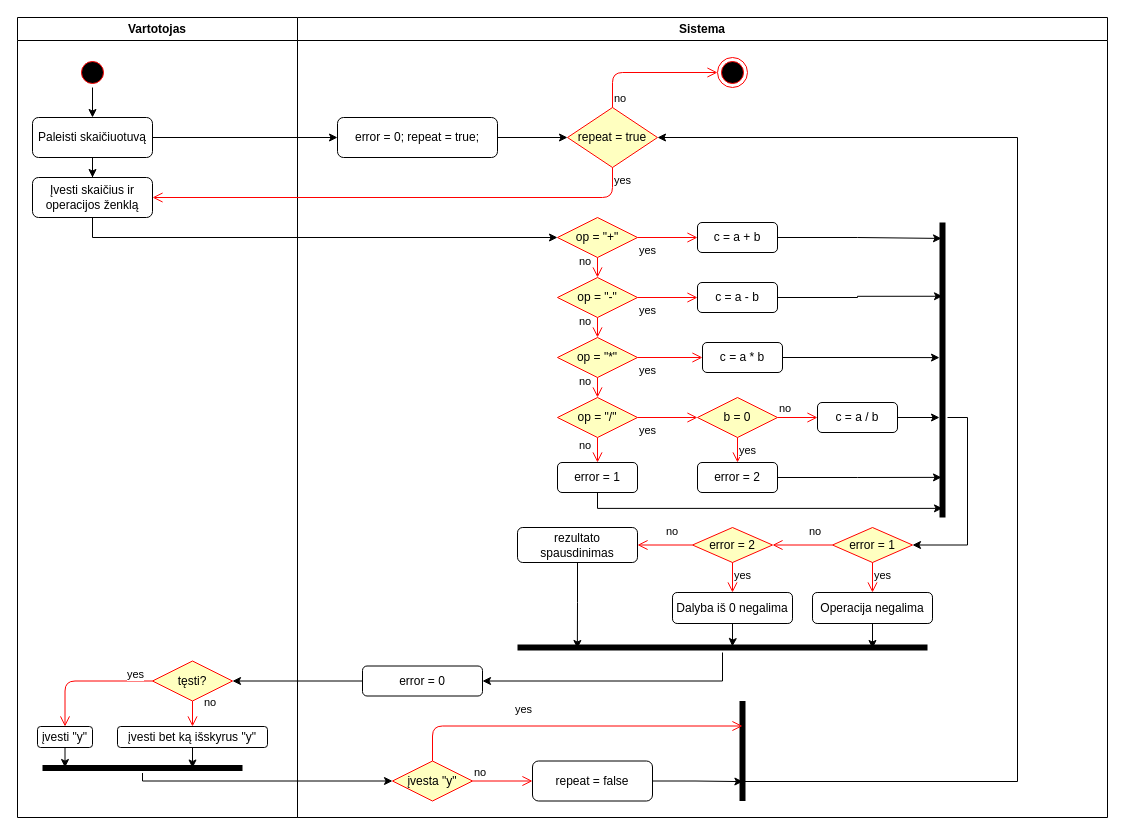
Before: Calculator UML.drawio in dariussirvidas/calculator, a draw.io diagram. Source tidied: cells renumbered, new cells numbered last; positions are measured from the earlier drawing's top-left corner, leaving out a move shared by most shapes. Both pictures are drawn from the tidied source at 100%, with x=0, y=0 at pixel (17, 17).
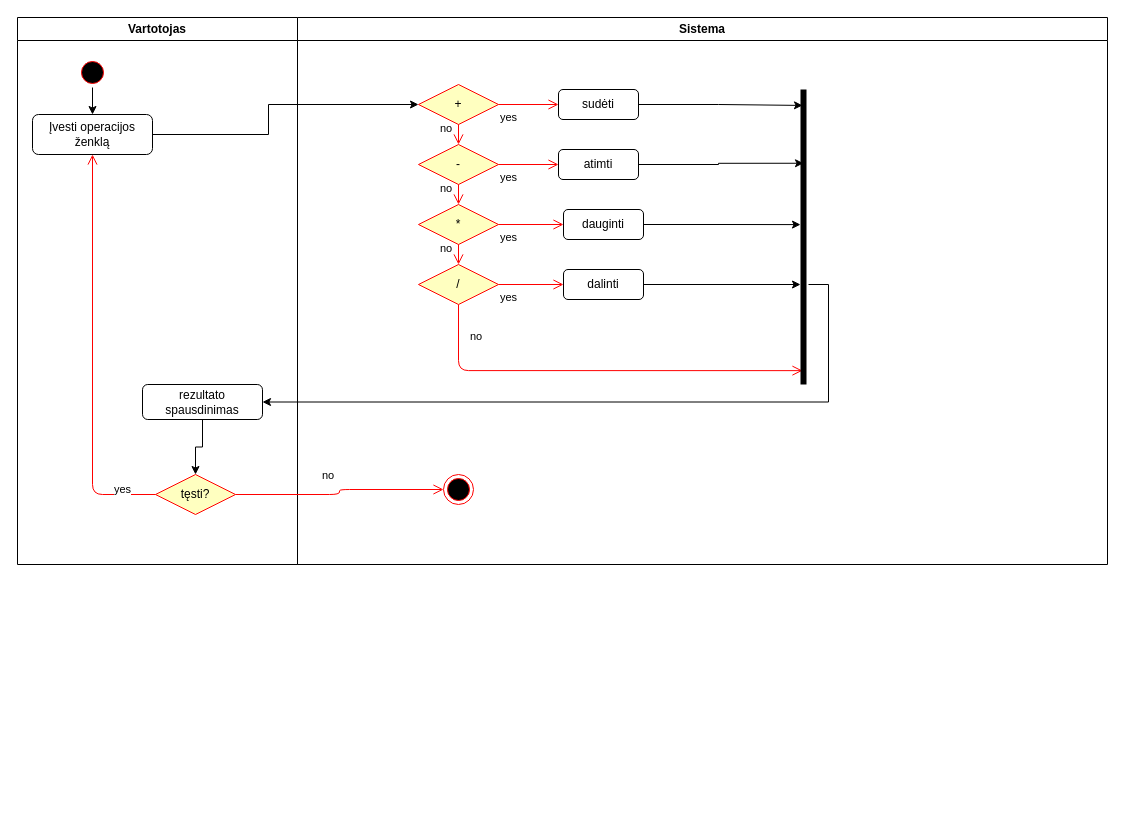
Above is the later version.

Unchanged cells that the change refers to:
```xml
<mxCell id="4" style="ellipse;shape=startState;fillColor=#000000;strokeColor=#ff0000;" parent="2" vertex="1">
  <mxGeometry x="60" y="40" width="30" height="30" as="geometry" />
</mxCell>
```

The edit, as a diff of the source:
```diff
@@
     <mxCell id="2" value="Vartotojas" style="swimlane;whiteSpace=wrap;" parent="1" vertex="1">
-      <mxGeometry width="280" height="800" as="geometry" />
+      <mxGeometry width="280" height="547" as="geometry" />
     </mxCell>
-    <mxCell id="3" style="edgeStyle=orthogonalEdgeStyle;rounded=0;jettySize=auto;html=1;" parent="2" edge="1" source="6" target="5">
+    <mxCell id="3" style="edgeStyle=orthogonalEdgeStyle;rounded=0;jettySize=auto;html=1;" parent="2" edge="1" source="4" target="5">
       <mxGeometry relative="1" as="geometry" />
     </mxCell>
@@
-    <mxCell id="5" value="Įvesti skaičius ir operacijos ženklą" style="rounded=1;whiteSpace=wrap;html=1;" parent="2" vertex="1">
-      <mxGeometry x="15" y="160" width="120" height="40" as="geometry" />
+    <mxCell id="5" value="Įvesti operacijos ženklą" style="rounded=1;whiteSpace=wrap;html=1;" parent="2" vertex="1">
+      <mxGeometry x="15" y="97" width="120" height="40" as="geometry" />
     </mxCell>
-    <mxCell id="6" value="Paleisti skaičiuotuvą" style="rounded=1;whiteSpace=wrap;html=1;" parent="2" vertex="1">
-      <mxGeometry x="15" y="100" width="120" height="40" as="geometry" />
-    </mxCell>
-    <mxCell id="7" style="edgeStyle=orthogonalEdgeStyle;rounded=0;jettySize=auto;html=1;" parent="2" edge="1" source="4" target="6">
-      <mxGeometry relative="1" as="geometry" />
-    </mxCell>
     <mxCell id="8" value="tęsti?" style="rhombus;whiteSpace=wrap;html=1;fillColor=#ffffc0;strokeColor=#ff0000;" parent="2" vertex="1">
-      <mxGeometry x="135" y="643.5" width="80" height="40" as="geometry" />
+      <mxGeometry x="138" y="457" width="80" height="40" as="geometry" />
     </mxCell>
-    <mxCell id="9" value="no" style="edgeStyle=orthogonalEdgeStyle;html=1;align=left;verticalAlign=bottom;endArrow=open;endSize=8;strokeColor=#ff0000;exitX=0.5;exitY=1;exitDx=0;exitDy=0;entryX=0.5;entryY=0;entryDx=0;entryDy=0;" parent="2" edge="1" source="8" target="14">
-      <mxGeometry x="-0.2" y="10" relative="1" as="geometry" />
-    </mxCell>
-    <mxCell id="10" value="yes" style="edgeStyle=orthogonalEdgeStyle;html=1;align=left;verticalAlign=top;endArrow=open;endSize=8;strokeColor=#ff0000;entryX=0.5;entryY=0;entryDx=0;entryDy=0;" parent="2" edge="1" source="8" target="12">
+    <mxCell id="10" value="yes" style="edgeStyle=orthogonalEdgeStyle;html=1;align=left;verticalAlign=top;endArrow=open;endSize=8;strokeColor=#ff0000;entryX=0.5;entryY=1;entryDx=0;entryDy=0;" parent="2" edge="1" source="8" target="5">
       <mxGeometry x="-0.6" y="-20" relative="1" as="geometry" />
     </mxCell>
-    <mxCell id="11" style="edgeStyle=orthogonalEdgeStyle;rounded=0;jettySize=auto;html=1;entryX=0.115;entryY=0.45;entryDx=0;entryDy=0;entryPerimeter=0;strokeColor=#000000;" parent="2" edge="1" source="12" target="15">
-      <mxGeometry relative="1" as="geometry" />
-    </mxCell>
-    <mxCell id="12" value="įvesti &quot;y&quot;" style="rounded=1;whiteSpace=wrap;html=1;strokeColor=#000000;" parent="2" vertex="1">
-      <mxGeometry x="20" y="709" width="55" height="21" as="geometry" />
-    </mxCell>
-    <mxCell id="13" style="edgeStyle=orthogonalEdgeStyle;rounded=0;jettySize=auto;html=1;entryX=0.75;entryY=0.5;entryDx=0;entryDy=0;entryPerimeter=0;strokeColor=#000000;" parent="2" edge="1" source="14" target="15">
-      <mxGeometry relative="1" as="geometry" />
-    </mxCell>
-    <mxCell id="14" value="įvesti bet ką išskyrus &quot;y&quot;" style="rounded=1;whiteSpace=wrap;html=1;strokeColor=#000000;" parent="2" vertex="1">
-      <mxGeometry x="100" y="709" width="150" height="21" as="geometry" />
-    </mxCell>
-    <mxCell id="15" style="shape=line;html=1;strokeWidth=6;strokeColor=#000000;" parent="2" vertex="1">
-      <mxGeometry x="25" y="745.5" width="200" height="10" as="geometry" />
-    </mxCell>
+    <mxCell id="78" style="edgeStyle=orthogonalEdgeStyle;rounded=0;jettySize=auto;html=1;entryX=0.5;entryY=0;entryDx=0;entryDy=0;" parent="2" edge="1" source="60" target="8">
+      <mxGeometry relative="1" as="geometry" />
+    </mxCell>
+    <mxCell id="60" value="rezultato spausdinimas" style="rounded=1;whiteSpace=wrap;html=1;strokeColor=#000000;" parent="2" vertex="1">
+      <mxGeometry x="125" y="367" width="120" height="35" as="geometry" />
+    </mxCell>
     <mxCell id="16" value="Sistema" style="swimlane;whiteSpace=wrap;" parent="1" vertex="1">
-      <mxGeometry x="280" width="810" height="800" as="geometry" />
+      <mxGeometry x="280" width="810" height="547" as="geometry" />
     </mxCell>
-    <mxCell id="17" style="edgeStyle=orthogonalEdgeStyle;rounded=0;jettySize=auto;html=1;entryX=0;entryY=0.5;entryDx=0;entryDy=0;" parent="16" edge="1" source="18" target="19">
-      <mxGeometry relative="1" as="geometry" />
-    </mxCell>
-    <mxCell id="18" value="error = 0; repeat = true;" style="rounded=1;whiteSpace=wrap;html=1;" parent="16" vertex="1">
-      <mxGeometry x="40" y="100" width="160" height="40" as="geometry" />
-    </mxCell>
-    <mxCell id="19" value="repeat = true" style="rhombus;whiteSpace=wrap;html=1;fillColor=#ffffc0;strokeColor=#ff0000;" parent="16" vertex="1">
-      <mxGeometry x="270" y="90" width="90" height="60" as="geometry" />
-    </mxCell>
-    <mxCell id="20" value="op = &quot;+&quot;" style="rhombus;whiteSpace=wrap;html=1;fillColor=#ffffc0;strokeColor=#ff0000;" parent="16" vertex="1">
-      <mxGeometry x="260" y="200" width="80" height="40" as="geometry" />
+    <mxCell id="20" value="+" style="rhombus;whiteSpace=wrap;html=1;fillColor=#ffffc0;strokeColor=#ff0000;" parent="16" vertex="1">
+      <mxGeometry x="121" y="67" width="80" height="40" as="geometry" />
     </mxCell>
@@
-    <mxCell id="23" value="op = &quot;-&quot;" style="rhombus;whiteSpace=wrap;html=1;fillColor=#ffffc0;strokeColor=#ff0000;" parent="16" vertex="1">
-      <mxGeometry x="260" y="260" width="80" height="40" as="geometry" />
+    <mxCell id="23" value="-" style="rhombus;whiteSpace=wrap;html=1;fillColor=#ffffc0;strokeColor=#ff0000;" parent="16" vertex="1">
+      <mxGeometry x="121" y="127" width="80" height="40" as="geometry" />
     </mxCell>
@@
-    <mxCell id="26" value="op = &quot;*&quot;" style="rhombus;whiteSpace=wrap;html=1;fillColor=#ffffc0;strokeColor=#ff0000;" parent="16" vertex="1">
-      <mxGeometry x="260" y="320" width="80" height="40" as="geometry" />
+    <mxCell id="26" value="*" style="rhombus;whiteSpace=wrap;html=1;fillColor=#ffffc0;strokeColor=#ff0000;" parent="16" vertex="1">
+      <mxGeometry x="121" y="187" width="80" height="40" as="geometry" />
     </mxCell>
-    <mxCell id="27" value="no" style="edgeStyle=orthogonalEdgeStyle;html=1;align=left;verticalAlign=bottom;endArrow=open;endSize=8;strokeColor=#ff0000;entryX=0.5;entryY=0;entryDx=0;entryDy=0;" parent="16" edge="1" source="30" target="33">
-      <mxGeometry x="0.33" y="-20" relative="1" as="geometry" />
+    <mxCell id="27" value="no" style="edgeStyle=orthogonalEdgeStyle;html=1;align=left;verticalAlign=bottom;endArrow=open;endSize=8;strokeColor=#ff0000;entryX=0.953;entryY=0.6;entryDx=0;entryDy=0;entryPerimeter=0;" parent="16" edge="1" source="30" target="48">
+      <mxGeometry x="-0.8" y="10" relative="1" as="geometry">
+        <Array as="points">
+          <mxPoint x="161" y="353" />
+        </Array>
+      </mxGeometry>
     </mxCell>
@@
-    <mxCell id="29" value="yes" style="edgeStyle=orthogonalEdgeStyle;html=1;align=left;verticalAlign=top;endArrow=open;endSize=8;strokeColor=#ff0000;entryX=0;entryY=0.5;entryDx=0;entryDy=0;" parent="16" edge="1" source="30" target="42">
+    <mxCell id="29" value="yes" style="edgeStyle=orthogonalEdgeStyle;html=1;align=left;verticalAlign=top;endArrow=open;endSize=8;strokeColor=#ff0000;entryX=0;entryY=0.5;entryDx=0;entryDy=0;" parent="16" edge="1" source="30" target="41">
       <mxGeometry x="-1" relative="1" as="geometry" />
     </mxCell>
-    <mxCell id="30" value="op = &quot;/&quot;" style="rhombus;whiteSpace=wrap;html=1;fillColor=#ffffc0;strokeColor=#ff0000;" parent="16" vertex="1">
-      <mxGeometry x="260" y="380" width="80" height="40" as="geometry" />
+    <mxCell id="30" value="/" style="rhombus;whiteSpace=wrap;html=1;fillColor=#ffffc0;strokeColor=#ff0000;" parent="16" vertex="1">
+      <mxGeometry x="121" y="247" width="80" height="40" as="geometry" />
     </mxCell>
@@
-    <mxCell id="32" style="edgeStyle=orthogonalEdgeStyle;rounded=0;jettySize=auto;html=1;entryX=0.969;entryY=0.5;entryDx=0;entryDy=0;entryPerimeter=0;strokeColor=#000000;" parent="16" edge="1" source="33" target="48">
-      <mxGeometry relative="1" as="geometry">
-        <Array as="points">
-          <mxPoint x="300" y="490" />
-        </Array>
-      </mxGeometry>
-    </mxCell>
-    <mxCell id="33" value="error = 1" style="rounded=1;whiteSpace=wrap;html=1;" parent="16" vertex="1">
-      <mxGeometry x="260" y="445" width="80" height="30" as="geometry" />
-    </mxCell>
@@
-    <mxCell id="35" value="c = a + b" style="rounded=1;whiteSpace=wrap;html=1;" parent="16" vertex="1">
-      <mxGeometry x="400" y="205" width="80" height="30" as="geometry" />
+    <mxCell id="35" value="sudėti" style="rounded=1;whiteSpace=wrap;html=1;" parent="16" vertex="1">
+      <mxGeometry x="261" y="72" width="80" height="30" as="geometry" />
     </mxCell>
@@
-    <mxCell id="37" value="c = a - b" style="rounded=1;whiteSpace=wrap;html=1;" parent="16" vertex="1">
-      <mxGeometry x="400" y="265" width="80" height="30" as="geometry" />
+    <mxCell id="37" value="atimti" style="rounded=1;whiteSpace=wrap;html=1;" parent="16" vertex="1">
+      <mxGeometry x="261" y="132" width="80" height="30" as="geometry" />
     </mxCell>
@@
-    <mxCell id="39" value="c = a * b" style="rounded=1;whiteSpace=wrap;html=1;" parent="16" vertex="1">
-      <mxGeometry x="405" y="325" width="80" height="30" as="geometry" />
+    <mxCell id="39" value="dauginti" style="rounded=1;whiteSpace=wrap;html=1;" parent="16" vertex="1">
+      <mxGeometry x="266" y="192" width="80" height="30" as="geometry" />
     </mxCell>
@@
-    <mxCell id="41" value="c = a / b" style="rounded=1;whiteSpace=wrap;html=1;" parent="16" vertex="1">
-      <mxGeometry x="520" y="385" width="80" height="30" as="geometry" />
+    <mxCell id="41" value="dalinti" style="rounded=1;whiteSpace=wrap;html=1;" parent="16" vertex="1">
+      <mxGeometry x="266" y="252" width="80" height="30" as="geometry" />
     </mxCell>
-    <mxCell id="42" value="b = 0" style="rhombus;whiteSpace=wrap;html=1;fillColor=#ffffc0;strokeColor=#ff0000;" parent="16" vertex="1">
-      <mxGeometry x="400" y="380" width="80" height="40" as="geometry" />
-    </mxCell>
-    <mxCell id="43" value="no" style="edgeStyle=orthogonalEdgeStyle;html=1;align=left;verticalAlign=bottom;endArrow=open;endSize=8;strokeColor=#ff0000;entryX=0;entryY=0.5;entryDx=0;entryDy=0;" parent="16" edge="1" source="42" target="41">
-      <mxGeometry x="-1" relative="1" as="geometry" />
-    </mxCell>
-    <mxCell id="44" value="yes" style="edgeStyle=orthogonalEdgeStyle;html=1;align=left;verticalAlign=top;endArrow=open;endSize=8;strokeColor=#ff0000;entryX=0.5;entryY=0;entryDx=0;entryDy=0;" parent="16" edge="1" source="42" target="46">
-      <mxGeometry x="-1" relative="1" as="geometry" />
-    </mxCell>
-    <mxCell id="45" style="edgeStyle=orthogonalEdgeStyle;rounded=0;jettySize=auto;html=1;entryX=0.864;entryY=0.6;entryDx=0;entryDy=0;entryPerimeter=0;strokeColor=#000000;" parent="16" edge="1" source="46" target="48">
-      <mxGeometry relative="1" as="geometry" />
-    </mxCell>
-    <mxCell id="46" value="error = 2" style="rounded=1;whiteSpace=wrap;html=1;" parent="16" vertex="1">
-      <mxGeometry x="400" y="445" width="80" height="30" as="geometry" />
-    </mxCell>
+    <mxCell id="48" style="shape=line;html=1;strokeWidth=6;strokeColor=#000000;direction=south;snapToPoint=0;" parent="16" vertex="1">
+      <mxGeometry x="501" y="72" width="10" height="295" as="geometry" />
+    </mxCell>
+    <mxCell id="64" style="ellipse;shape=endState;fillColor=#000000;strokeColor=#ff0000;rotation=-90;" parent="16" vertex="1">
+      <mxGeometry x="146" y="457" width="30" height="30" as="geometry" />
+    </mxCell>
+    <mxCell id="75" style="edgeStyle=orthogonalEdgeStyle;rounded=0;jettySize=auto;html=1;entryX=0;entryY=0.5;entryDx=0;entryDy=0;exitX=1;exitY=0.5;exitDx=0;exitDy=0;" parent="1" edge="1" source="5" target="20">
+      <mxGeometry relative="1" as="geometry">
+        <Array as="points">
+          <mxPoint x="251" y="117" />
+          <mxPoint x="251" y="87" />
+        </Array>
+      </mxGeometry>
+    </mxCell>
-    <mxCell id="47" style="edgeStyle=orthogonalEdgeStyle;rounded=0;jettySize=auto;html=1;entryX=1;entryY=0.5;entryDx=0;entryDy=0;strokeColor=#000000;" parent="16" edge="1" source="48" target="49">
+    <mxCell id="47" style="edgeStyle=orthogonalEdgeStyle;rounded=0;jettySize=auto;html=1;entryX=1;entryY=0.5;entryDx=0;entryDy=0;strokeColor=#000000;" parent="1" edge="1" source="48" target="60">
       <mxGeometry relative="1" as="geometry">
         <Array as="points">
-          <mxPoint x="670" y="400" />
-          <mxPoint x="670" y="528" />
+          <mxPoint x="811" y="267" />
+          <mxPoint x="811" y="385" />
         </Array>
       </mxGeometry>
     </mxCell>
-    <mxCell id="48" style="shape=line;html=1;strokeWidth=6;strokeColor=#000000;direction=south;snapToPoint=0;" parent="16" vertex="1">
-      <mxGeometry x="640" y="205" width="10" height="295" as="geometry" />
-    </mxCell>
-    <mxCell id="49" value="error = 1" style="rhombus;whiteSpace=wrap;html=1;fillColor=#ffffc0;strokeColor=#ff0000;" parent="16" vertex="1">
-      <mxGeometry x="535" y="510" width="80" height="35" as="geometry" />
-    </mxCell>
-    <mxCell id="50" value="no" style="edgeStyle=orthogonalEdgeStyle;html=1;align=left;verticalAlign=bottom;endArrow=open;endSize=8;strokeColor=#ff0000;entryX=1;entryY=0.5;entryDx=0;entryDy=0;" parent="16" edge="1" source="49" target="52">
-      <mxGeometry x="-0.17" y="-5" relative="1" as="geometry" />
-    </mxCell>
-    <mxCell id="51" value="yes" style="edgeStyle=orthogonalEdgeStyle;html=1;align=left;verticalAlign=top;endArrow=open;endSize=8;strokeColor=#ff0000;entryX=0.5;entryY=0;entryDx=0;entryDy=0;" parent="16" edge="1" source="49" target="56">
-      <mxGeometry x="-1" relative="1" as="geometry" />
-    </mxCell>
-    <mxCell id="52" value="error = 2" style="rhombus;whiteSpace=wrap;html=1;fillColor=#ffffc0;strokeColor=#ff0000;" parent="16" vertex="1">
-      <mxGeometry x="395" y="510" width="80" height="35" as="geometry" />
-    </mxCell>
-    <mxCell id="53" value="no" style="edgeStyle=orthogonalEdgeStyle;html=1;align=left;verticalAlign=bottom;endArrow=open;endSize=8;strokeColor=#ff0000;entryX=1;entryY=0.5;entryDx=0;entryDy=0;" parent="16" edge="1" source="52" target="60">
-      <mxGeometry y="-5" relative="1" as="geometry" />
-    </mxCell>
-    <mxCell id="54" value="yes" style="edgeStyle=orthogonalEdgeStyle;html=1;align=left;verticalAlign=top;endArrow=open;endSize=8;strokeColor=#ff0000;entryX=0.5;entryY=0;entryDx=0;entryDy=0;" parent="16" edge="1" source="52" target="58">
-      <mxGeometry x="-1" relative="1" as="geometry" />
-    </mxCell>
-    <mxCell id="55" style="edgeStyle=orthogonalEdgeStyle;rounded=0;jettySize=auto;html=1;entryX=0.866;entryY=0.6;entryDx=0;entryDy=0;entryPerimeter=0;strokeColor=#000000;" parent="16" edge="1" source="56" target="62">
-      <mxGeometry relative="1" as="geometry" />
-    </mxCell>
-    <mxCell id="56" value="Operacija negalima" style="rounded=1;whiteSpace=wrap;html=1;strokeColor=#000000;" parent="16" vertex="1">
-      <mxGeometry x="515" y="575" width="120" height="31" as="geometry" />
-    </mxCell>
-    <mxCell id="57" style="edgeStyle=orthogonalEdgeStyle;rounded=0;jettySize=auto;html=1;entryX=0.524;entryY=0.4;entryDx=0;entryDy=0;entryPerimeter=0;strokeColor=#000000;" parent="16" edge="1" source="58" target="62">
-      <mxGeometry relative="1" as="geometry" />
-    </mxCell>
-    <mxCell id="58" value="Dalyba iš 0 negalima" style="rounded=1;whiteSpace=wrap;html=1;strokeColor=#000000;verticalAlign=middle;" parent="16" vertex="1">
-      <mxGeometry x="375" y="575" width="120" height="31" as="geometry" />
-    </mxCell>
-    <mxCell id="59" style="edgeStyle=orthogonalEdgeStyle;rounded=0;jettySize=auto;html=1;strokeColor=#000000;entryX=0.146;entryY=0.6;entryDx=0;entryDy=0;entryPerimeter=0;" parent="16" edge="1" source="60" target="62">
-      <mxGeometry relative="1" as="geometry" />
-    </mxCell>
-    <mxCell id="60" value="rezultato spausdinimas" style="rounded=1;whiteSpace=wrap;html=1;strokeColor=#000000;" parent="16" vertex="1">
-      <mxGeometry x="220" y="510" width="120" height="35" as="geometry" />
-    </mxCell>
-    <mxCell id="61" style="edgeStyle=orthogonalEdgeStyle;rounded=0;jettySize=auto;html=1;entryX=1;entryY=0.5;entryDx=0;entryDy=0;strokeColor=#000000;" parent="16" edge="1" source="62" target="63">
-      <mxGeometry relative="1" as="geometry">
-        <Array as="points">
-          <mxPoint x="425" y="664" />
-        </Array>
-      </mxGeometry>
-    </mxCell>
-    <mxCell id="62" style="shape=line;html=1;strokeWidth=6;strokeColor=#000000;" parent="16" vertex="1">
-      <mxGeometry x="220" y="625" width="410" height="10" as="geometry" />
-    </mxCell>
-    <mxCell id="63" value="error = 0" style="rounded=1;whiteSpace=wrap;html=1;strokeColor=#000000;" parent="16" vertex="1">
-      <mxGeometry x="65" y="648.5" width="120" height="30" as="geometry" />
-    </mxCell>
-    <mxCell id="64" style="ellipse;shape=endState;fillColor=#000000;strokeColor=#ff0000;" parent="16" vertex="1">
-      <mxGeometry x="420" y="40" width="30" height="30" as="geometry" />
-    </mxCell>
-    <mxCell id="65" value="no" style="edgeStyle=orthogonalEdgeStyle;html=1;align=left;verticalAlign=bottom;endArrow=open;endSize=8;strokeColor=#ff0000;entryX=0;entryY=0.5;entryDx=0;entryDy=0;exitX=0.5;exitY=0;exitDx=0;exitDy=0;" parent="16" edge="1" source="19" target="64">
-      <mxGeometry x="-1" relative="1" as="geometry" />
-    </mxCell>
-    <mxCell id="66" value="įvesta &quot;y&quot;" style="rhombus;whiteSpace=wrap;html=1;fillColor=#ffffc0;strokeColor=#ff0000;" parent="16" vertex="1">
-      <mxGeometry x="95" y="743.5" width="80" height="40" as="geometry" />
-    </mxCell>
-    <mxCell id="67" style="edgeStyle=orthogonalEdgeStyle;rounded=0;jettySize=auto;html=1;entryX=0.806;entryY=0.462;entryDx=0;entryDy=0;entryPerimeter=0;strokeColor=#000000;" parent="16" edge="1" source="68" target="71">
-      <mxGeometry relative="1" as="geometry" />
-    </mxCell>
-    <mxCell id="68" value="repeat = false" style="rounded=1;whiteSpace=wrap;html=1;strokeColor=#000000;" parent="16" vertex="1">
-      <mxGeometry x="235" y="743.5" width="120" height="40" as="geometry" />
-    </mxCell>
-    <mxCell id="69" value="no" style="edgeStyle=orthogonalEdgeStyle;html=1;align=left;verticalAlign=bottom;endArrow=open;endSize=8;strokeColor=#ff0000;entryX=0;entryY=0.5;entryDx=0;entryDy=0;" parent="16" edge="1" source="66" target="68">
-      <mxGeometry x="-1" relative="1" as="geometry" />
-    </mxCell>
-    <mxCell id="70" style="edgeStyle=orthogonalEdgeStyle;rounded=0;jettySize=auto;html=1;strokeColor=#000000;entryX=1;entryY=0.5;entryDx=0;entryDy=0;exitX=0.435;exitY=0.5;exitDx=0;exitDy=0;exitPerimeter=0;" parent="16" edge="1" source="71" target="19">
-      <mxGeometry relative="1" as="geometry">
-        <Array as="points">
-          <mxPoint x="720" y="764" />
-          <mxPoint x="720" y="120" />
-        </Array>
-      </mxGeometry>
-    </mxCell>
-    <mxCell id="71" style="shape=line;html=1;strokeWidth=6;strokeColor=#000000;direction=south;" parent="16" vertex="1">
-      <mxGeometry x="440" y="683.5" width="10" height="100" as="geometry" />
-    </mxCell>
-    <mxCell id="72" value="yes" style="edgeStyle=orthogonalEdgeStyle;html=1;align=left;verticalAlign=top;endArrow=open;endSize=8;strokeColor=#ff0000;entryX=0.25;entryY=0.5;entryDx=0;entryDy=0;entryPerimeter=0;" parent="16" edge="1" source="66" target="71">
-      <mxGeometry x="-0.33" y="30" relative="1" as="geometry">
-        <Array as="points">
-          <mxPoint x="135" y="708.5" />
-        </Array>
-      </mxGeometry>
-    </mxCell>
-    <mxCell id="73" style="edgeStyle=orthogonalEdgeStyle;rounded=0;jettySize=auto;html=1;entryX=0;entryY=0.5;entryDx=0;entryDy=0;" parent="1" edge="1" source="6" target="18">
-      <mxGeometry relative="1" as="geometry" />
-    </mxCell>
-    <mxCell id="74" value="yes" style="edgeStyle=orthogonalEdgeStyle;html=1;align=left;verticalAlign=top;endArrow=open;endSize=8;strokeColor=#ff0000;entryX=1;entryY=0.5;entryDx=0;entryDy=0;" parent="1" edge="1" source="19" target="5">
-      <mxGeometry x="-1" relative="1" as="geometry">
-        <Array as="points">
-          <mxPoint x="595" y="180" />
-        </Array>
-      </mxGeometry>
-    </mxCell>
-    <mxCell id="75" style="edgeStyle=orthogonalEdgeStyle;rounded=0;jettySize=auto;html=1;entryX=0;entryY=0.5;entryDx=0;entryDy=0;" parent="1" edge="1" source="5" target="20">
-      <mxGeometry relative="1" as="geometry">
-        <Array as="points">
-          <mxPoint x="75" y="220" />
-        </Array>
-      </mxGeometry>
-    </mxCell>
-    <mxCell id="76" style="edgeStyle=orthogonalEdgeStyle;rounded=0;jettySize=auto;html=1;entryX=1;entryY=0.5;entryDx=0;entryDy=0;strokeColor=#000000;" parent="1" edge="1" source="63" target="8">
-      <mxGeometry relative="1" as="geometry" />
-    </mxCell>
-    <mxCell id="77" style="edgeStyle=orthogonalEdgeStyle;rounded=0;jettySize=auto;html=1;entryX=0;entryY=0.5;entryDx=0;entryDy=0;strokeColor=#000000;" parent="1" edge="1" source="15" target="66">
-      <mxGeometry relative="1" as="geometry">
-        <Array as="points">
-          <mxPoint x="125" y="764" />
-        </Array>
-      </mxGeometry>
-    </mxCell>
+    <mxCell id="9" value="no" style="edgeStyle=orthogonalEdgeStyle;html=1;align=left;verticalAlign=bottom;endArrow=open;endSize=8;strokeColor=#ff0000;entryX=0.5;entryY=0;entryDx=0;entryDy=0;" parent="1" edge="1" source="8" target="64">
+      <mxGeometry x="-0.2" y="10" relative="1" as="geometry" />
+    </mxCell>
```
